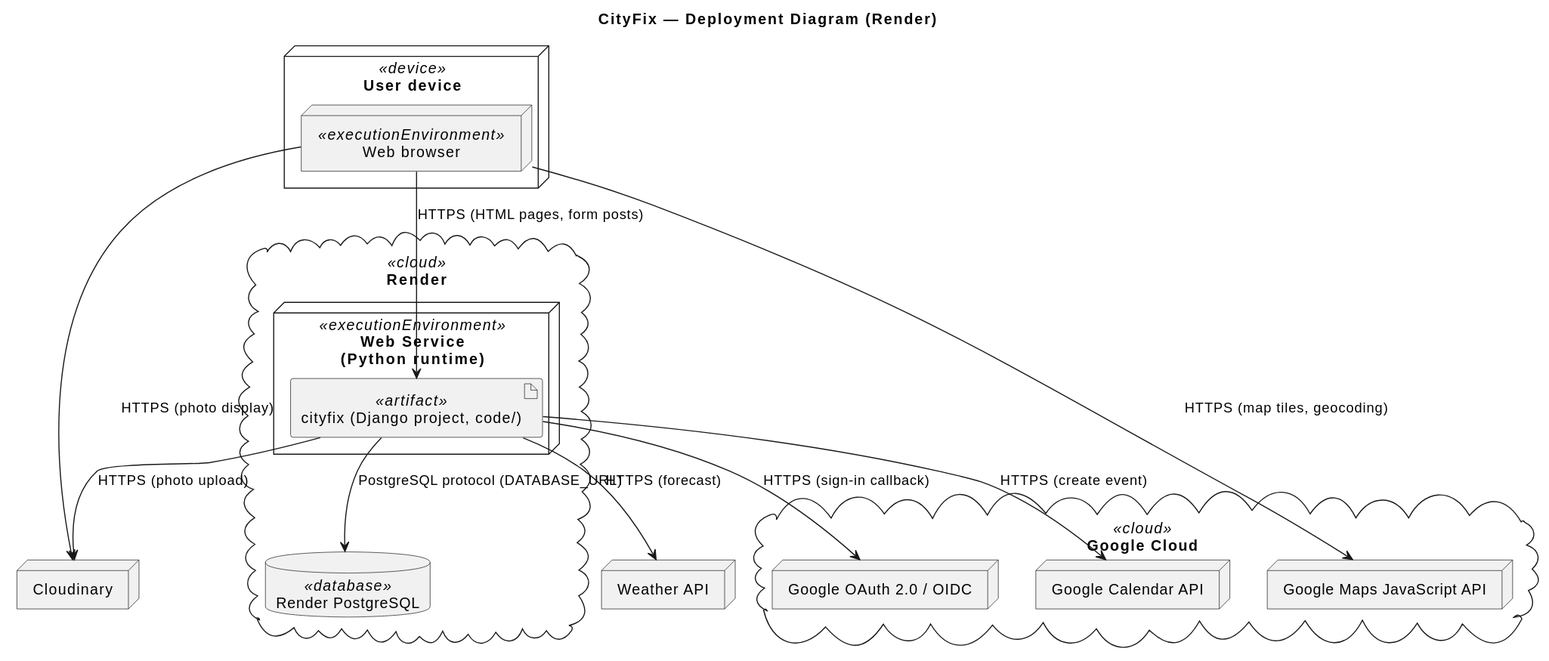
Earlier version of the PlantUML export docs/assets/diagrams/deployment_diagram.svg (T3-Dev-Team/T3-Development). Its diagram source:
```plantuml
@startuml
title CityFix — Deployment Diagram (Render)
skinparam shadowing false

node "User device" as device <<device>> {
  node "Web browser" as browser <<executionEnvironment>>
}

cloud "Render" <<cloud>> {
  node "Web Service\n(Python runtime)" as web <<executionEnvironment>> {
    artifact "cityfix (Django project, code/)" as app <<artifact>>
  }
  database "Render PostgreSQL" as db <<database>>
}

cloud "Google Cloud" <<cloud>> {
  node "Google OAuth 2.0 / OIDC" as oauth
  node "Google Maps JavaScript API" as maps
  node "Google Calendar API" as gcal
}
node "Cloudinary" as cdn
node "Weather API" as weather

browser --> app : HTTPS (HTML pages, form posts)
browser --> maps : HTTPS (map tiles, geocoding)
browser --> cdn : HTTPS (photo display)
app --> db : PostgreSQL protocol (DATABASE_URL)
app --> oauth : HTTPS (sign-in callback)
app --> gcal : HTTPS (create event)
app --> cdn : HTTPS (photo upload)
app --> weather : HTTPS (forecast)
@enduml
```
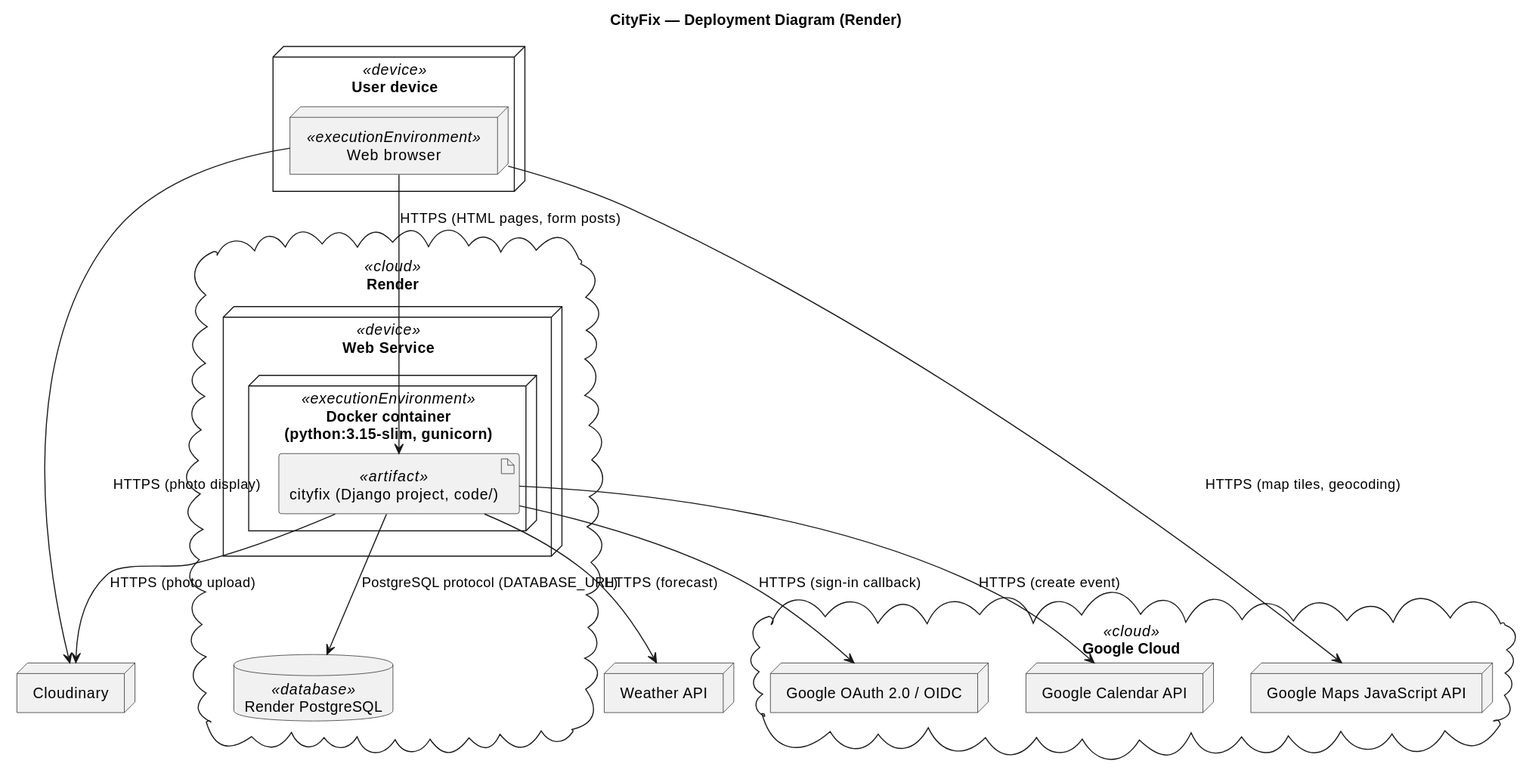
The same file after the commit.

Change to the diagram source:
```diff
@@ -7,8 +7,10 @@
 }
 
 cloud "Render" <<cloud>> {
-  node "Web Service\n(Python runtime)" as web <<executionEnvironment>> {
-    artifact "cityfix (Django project, code/)" as app <<artifact>>
+  node "Web Service" as web <<device>> {
+    node "Docker container\n(python:3.15-slim, gunicorn)" as container <<executionEnvironment>> {
+      artifact "cityfix (Django project, code/)" as app <<artifact>>
+    }
   }
   database "Render PostgreSQL" as db <<database>>
 }
```
